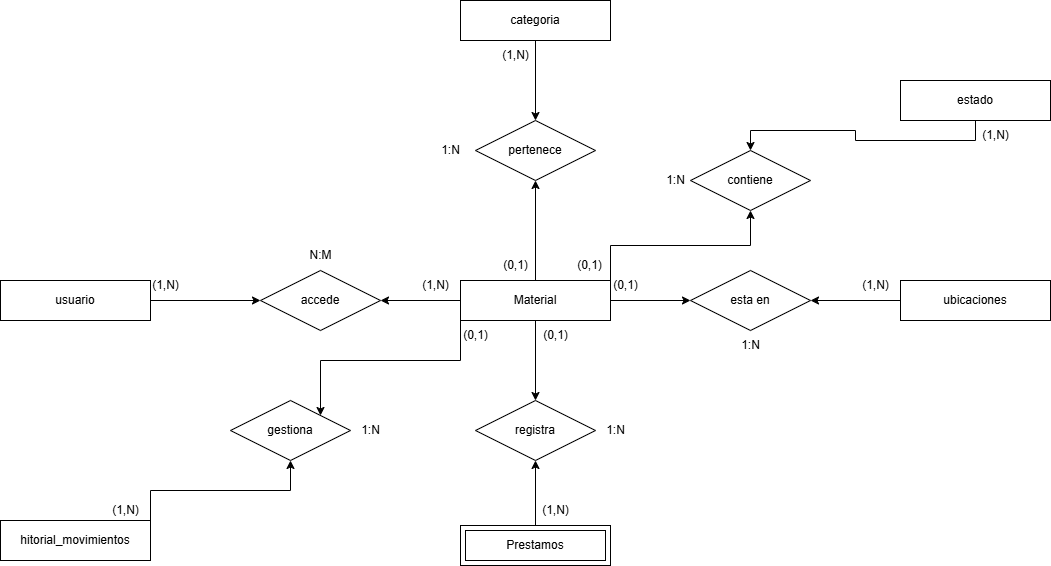
This is Documentacion/BD/Entidad_Relacion_Reto.png from davidgsDAW/RETA_2526_EQUIPO4, a draw.io export, as it was before one commit. Source tidied: cells renumbered, new cells last; positions are measured from the earlier drawing's top-left corner, leaving out a move shared by most shapes.
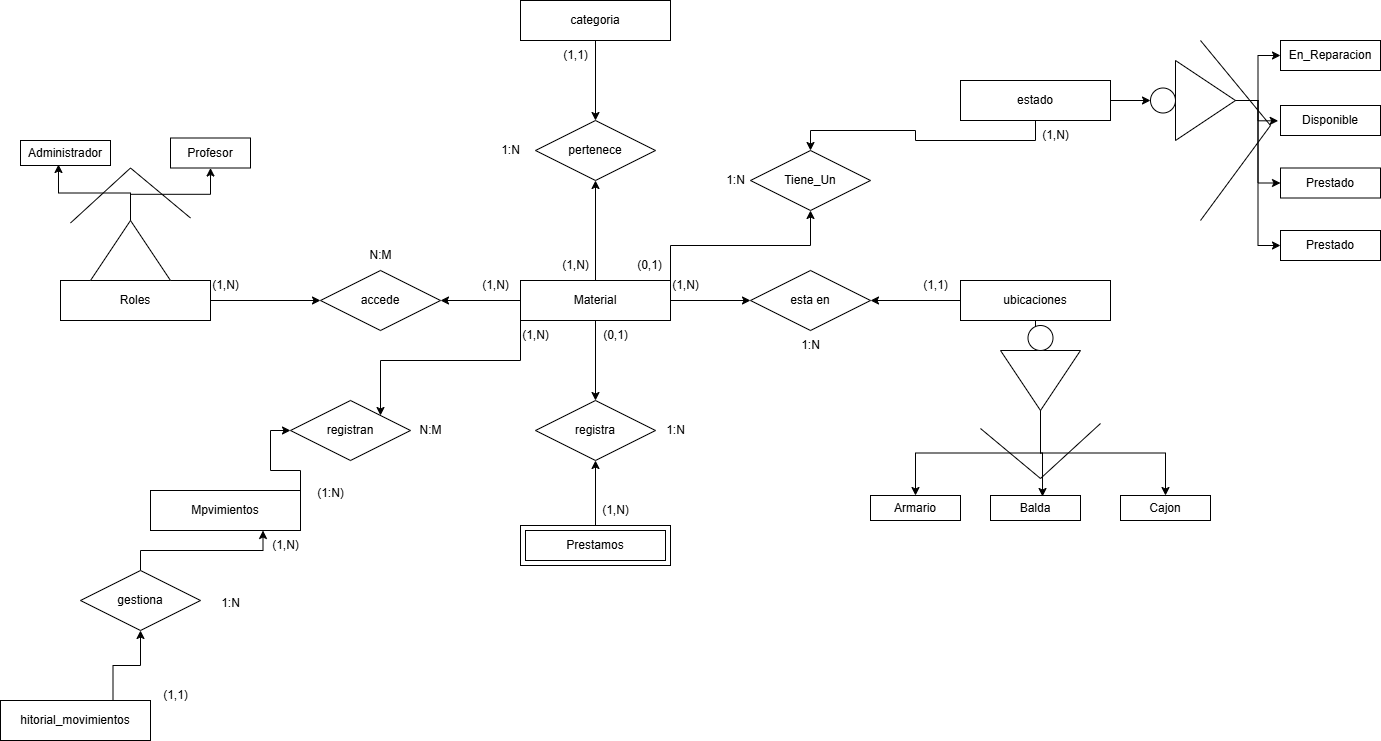
The same file after the commit.

Change to the diagram source:
```diff
@@ -32,26 +32,32 @@
     <mxCell id="11" style="edgeStyle=orthogonalEdgeStyle;rounded=0;jettySize=auto;html=1;exitX=0.5;exitY=1;exitDx=0;exitDy=0;" parent="1" edge="1" source="12" target="22">
       <mxGeometry relative="1" as="geometry" />
     </mxCell>
+    <mxCell id="45" style="edgeStyle=orthogonalEdgeStyle;rounded=0;jettySize=auto;html=1;exitX=1;exitY=0.5;exitDx=0;exitDy=0;entryX=0;entryY=0.5;entryDx=0;entryDy=0;" parent="1" edge="1" source="12" target="70">
+      <mxGeometry relative="1" as="geometry" />
+    </mxCell>
     <mxCell id="12" value="estado" style="rounded=0;whiteSpace=wrap;html=1;" parent="1" vertex="1">
       <mxGeometry x="900" y="80" width="150" height="40" as="geometry" />
     </mxCell>
     <mxCell id="13" style="edgeStyle=orthogonalEdgeStyle;rounded=0;jettySize=auto;html=1;exitX=1;exitY=0.5;exitDx=0;exitDy=0;entryX=0;entryY=0.5;entryDx=0;entryDy=0;" parent="1" edge="1" source="14" target="26">
       <mxGeometry relative="1" as="geometry" />
     </mxCell>
-    <mxCell id="14" value="usuario" style="rounded=0;whiteSpace=wrap;html=1;" parent="1" vertex="1">
+    <mxCell id="14" value="Roles" style="rounded=0;whiteSpace=wrap;html=1;" parent="1" vertex="1">
       <mxGeometry y="280" width="150" height="40" as="geometry" />
     </mxCell>
     <mxCell id="15" style="edgeStyle=orthogonalEdgeStyle;rounded=0;jettySize=auto;html=1;exitX=0;exitY=0.5;exitDx=0;exitDy=0;entryX=1;entryY=0.5;entryDx=0;entryDy=0;" parent="1" edge="1" source="16" target="23">
       <mxGeometry relative="1" as="geometry" />
     </mxCell>
+    <mxCell id="46" style="edgeStyle=orthogonalEdgeStyle;rounded=0;jettySize=auto;html=1;exitX=0.5;exitY=1;exitDx=0;exitDy=0;" parent="1" edge="1" source="16" target="58">
+      <mxGeometry relative="1" as="geometry" />
+    </mxCell>
     <mxCell id="16" value="ubicaciones" style="rounded=0;whiteSpace=wrap;html=1;" parent="1" vertex="1">
       <mxGeometry x="900" y="280" width="150" height="40" as="geometry" />
     </mxCell>
-    <mxCell id="17" style="edgeStyle=orthogonalEdgeStyle;rounded=0;jettySize=auto;html=1;exitX=1;exitY=0;exitDx=0;exitDy=0;" parent="1" edge="1" source="18" target="25">
-      <mxGeometry relative="1" as="geometry" />
-    </mxCell>
+    <mxCell id="47" style="edgeStyle=orthogonalEdgeStyle;rounded=0;jettySize=auto;html=1;exitX=0.75;exitY=0;exitDx=0;exitDy=0;entryX=0.5;entryY=1;entryDx=0;entryDy=0;" parent="1" edge="1" source="18" target="51">
+      <mxGeometry relative="1" as="geometry" />
+    </mxCell>
     <mxCell id="18" value="hitorial_movimientos" style="rounded=0;whiteSpace=wrap;html=1;" parent="1" vertex="1">
-      <mxGeometry y="520" width="150" height="40" as="geometry" />
+      <mxGeometry x="-60" y="700" width="150" height="40" as="geometry" />
     </mxCell>
     <mxCell id="19" style="edgeStyle=orthogonalEdgeStyle;rounded=0;jettySize=auto;html=1;exitX=0.5;exitY=0;exitDx=0;exitDy=0;entryX=0.5;entryY=1;entryDx=0;entryDy=0;" parent="1" edge="1" source="20" target="24">
       <mxGeometry relative="1" as="geometry" />
@@ -62,7 +68,7 @@
     <mxCell id="21" value="pertenece" style="shape=rhombus;perimeter=rhombusPerimeter;whiteSpace=wrap;html=1;align=center;" parent="1" vertex="1">
       <mxGeometry x="475" y="120" width="120" height="60" as="geometry" />
     </mxCell>
-    <mxCell id="22" value="contiene" style="shape=rhombus;perimeter=rhombusPerimeter;whiteSpace=wrap;html=1;align=center;" parent="1" vertex="1">
+    <mxCell id="22" value="Tiene_Un" style="shape=rhombus;perimeter=rhombusPerimeter;whiteSpace=wrap;html=1;align=center;" parent="1" vertex="1">
       <mxGeometry x="690" y="150" width="120" height="60" as="geometry" />
     </mxCell>
     <mxCell id="23" value="esta en" style="shape=rhombus;perimeter=rhombusPerimeter;whiteSpace=wrap;html=1;align=center;" parent="1" vertex="1">
@@ -71,16 +77,16 @@
     <mxCell id="24" value="registra" style="shape=rhombus;perimeter=rhombusPerimeter;whiteSpace=wrap;html=1;align=center;" parent="1" vertex="1">
       <mxGeometry x="475" y="400" width="120" height="60" as="geometry" />
     </mxCell>
-    <mxCell id="25" value="gestiona" style="shape=rhombus;perimeter=rhombusPerimeter;whiteSpace=wrap;html=1;align=center;" parent="1" vertex="1">
+    <mxCell id="25" value="registran" style="shape=rhombus;perimeter=rhombusPerimeter;whiteSpace=wrap;html=1;align=center;" parent="1" vertex="1">
       <mxGeometry x="230" y="400" width="120" height="60" as="geometry" />
     </mxCell>
     <mxCell id="26" value="accede" style="shape=rhombus;perimeter=rhombusPerimeter;whiteSpace=wrap;html=1;align=center;" parent="1" vertex="1">
       <mxGeometry x="260" y="270" width="120" height="60" as="geometry" />
     </mxCell>
-    <mxCell id="27" value="(1,N)" style="text;html=1;align=center;verticalAlign=middle;strokeColor=none;fillColor=none;" parent="1" vertex="1">
+    <mxCell id="27" value="(1,1)" style="text;html=1;align=center;verticalAlign=middle;strokeColor=none;fillColor=none;" parent="1" vertex="1">
       <mxGeometry x="490" y="40" width="50" height="30" as="geometry" />
     </mxCell>
-    <mxCell id="28" value="(0,1)" style="text;html=1;align=center;verticalAlign=middle;strokeColor=none;fillColor=none;" parent="1" vertex="1">
+    <mxCell id="28" value="(1,N)" style="text;html=1;align=center;verticalAlign=middle;strokeColor=none;fillColor=none;" parent="1" vertex="1">
       <mxGeometry x="490" y="250" width="50" height="30" as="geometry" />
     </mxCell>
     <mxCell id="29" value="1:N" style="text;html=1;align=center;verticalAlign=middle;strokeColor=none;fillColor=none;" parent="1" vertex="1">
@@ -95,10 +101,10 @@
     <mxCell id="32" value="1:N" style="text;html=1;align=center;verticalAlign=middle;strokeColor=none;fillColor=none;" parent="1" vertex="1">
       <mxGeometry x="655" y="165" width="40" height="30" as="geometry" />
     </mxCell>
-    <mxCell id="33" value="(0,1)" style="text;html=1;align=center;verticalAlign=middle;strokeColor=none;fillColor=none;" parent="1" vertex="1">
+    <mxCell id="33" value="(1,N)" style="text;html=1;align=center;verticalAlign=middle;strokeColor=none;fillColor=none;" parent="1" vertex="1">
       <mxGeometry x="600" y="270" width="50" height="30" as="geometry" />
     </mxCell>
-    <mxCell id="34" value="(1,N)" style="text;html=1;align=center;verticalAlign=middle;strokeColor=none;fillColor=none;" parent="1" vertex="1">
+    <mxCell id="34" value="(1,1)" style="text;html=1;align=center;verticalAlign=middle;strokeColor=none;fillColor=none;" parent="1" vertex="1">
       <mxGeometry x="850" y="270" width="50" height="30" as="geometry" />
     </mxCell>
     <mxCell id="35" value="1:N" style="text;html=1;align=center;verticalAlign=middle;strokeColor=none;fillColor=none;" parent="1" vertex="1">
@@ -114,9 +120,9 @@
       <mxGeometry x="295" y="240" width="50" height="30" as="geometry" />
     </mxCell>
     <mxCell id="39" value="(1,N)" style="text;html=1;align=center;verticalAlign=middle;strokeColor=none;fillColor=none;" parent="1" vertex="1">
-      <mxGeometry x="100" y="495" width="50" height="30" as="geometry" />
+      <mxGeometry x="200" y="530" width="50" height="30" as="geometry" />
     </mxCell>
-    <mxCell id="40" value="(0,1)" style="text;html=1;align=center;verticalAlign=middle;strokeColor=none;fillColor=none;" parent="1" vertex="1">
+    <mxCell id="40" value="(1,N)" style="text;html=1;align=center;verticalAlign=middle;strokeColor=none;fillColor=none;" parent="1" vertex="1">
       <mxGeometry x="450" y="320" width="50" height="30" as="geometry" />
     </mxCell>
     <mxCell id="41" value="(0,1)" style="text;html=1;align=center;verticalAlign=middle;strokeColor=none;fillColor=none;" parent="1" vertex="1">
@@ -128,8 +134,125 @@
     <mxCell id="43" value="1:N" style="text;html=1;align=center;verticalAlign=middle;strokeColor=none;fillColor=none;" parent="1" vertex="1">
       <mxGeometry x="595" y="415" width="40" height="30" as="geometry" />
     </mxCell>
-    <mxCell id="44" value="1:N" style="text;html=1;align=center;verticalAlign=middle;strokeColor=none;fillColor=none;" parent="1" vertex="1">
-      <mxGeometry x="350" y="415" width="40" height="30" as="geometry" />
+    <mxCell id="44" value="N:M" style="text;html=1;align=center;verticalAlign=middle;strokeColor=none;fillColor=none;" parent="1" vertex="1">
+      <mxGeometry x="345" y="415" width="50" height="30" as="geometry" />
     </mxCell>
+    <mxCell id="48" style="edgeStyle=orthogonalEdgeStyle;rounded=0;jettySize=auto;html=1;exitX=1;exitY=0;exitDx=0;exitDy=0;entryX=0;entryY=0.5;entryDx=0;entryDy=0;" parent="1" edge="1" source="49" target="25">
+      <mxGeometry relative="1" as="geometry" />
+    </mxCell>
+    <mxCell id="49" value="Mpvimientos" style="rounded=0;whiteSpace=wrap;html=1;" parent="1" vertex="1">
+      <mxGeometry x="90" y="490" width="150" height="40" as="geometry" />
+    </mxCell>
+    <mxCell id="50" style="edgeStyle=orthogonalEdgeStyle;rounded=0;jettySize=auto;html=1;exitX=0.5;exitY=0;exitDx=0;exitDy=0;entryX=0.75;entryY=1;entryDx=0;entryDy=0;" parent="1" edge="1" source="51" target="49">
+      <mxGeometry relative="1" as="geometry" />
+    </mxCell>
+    <mxCell id="51" value="gestiona" style="shape=rhombus;perimeter=rhombusPerimeter;whiteSpace=wrap;html=1;align=center;" parent="1" vertex="1">
+      <mxGeometry x="20" y="570" width="120" height="60" as="geometry" />
+    </mxCell>
+    <mxCell id="52" value="(1,1)" style="text;html=1;align=center;verticalAlign=middle;strokeColor=none;fillColor=none;" parent="1" vertex="1">
+      <mxGeometry x="90" y="680" width="50" height="30" as="geometry" />
+    </mxCell>
+    <mxCell id="53" value="1:N" style="text;html=1;align=center;verticalAlign=middle;strokeColor=none;fillColor=none;" parent="1" vertex="1">
+      <mxGeometry x="150" y="588" width="40" height="30" as="geometry" />
+    </mxCell>
+    <mxCell id="54" value="(1:N)" style="text;html=1;align=center;verticalAlign=middle;strokeColor=none;fillColor=none;" parent="1" vertex="1">
+      <mxGeometry x="245" y="478" width="50" height="30" as="geometry" />
+    </mxCell>
+    <mxCell id="55" style="edgeStyle=orthogonalEdgeStyle;rounded=0;jettySize=auto;html=1;exitX=1;exitY=0.5;exitDx=0;exitDy=0;entryX=0.5;entryY=0;entryDx=0;entryDy=0;" parent="1" edge="1" source="57" target="68">
+      <mxGeometry relative="1" as="geometry" />
+    </mxCell>
+    <mxCell id="56" style="edgeStyle=orthogonalEdgeStyle;rounded=0;jettySize=auto;html=1;exitX=1;exitY=0.5;exitDx=0;exitDy=0;entryX=0.5;entryY=0;entryDx=0;entryDy=0;" parent="1" edge="1" source="57" target="67">
+      <mxGeometry relative="1" as="geometry" />
+    </mxCell>
+    <mxCell id="57" style="triangle;whiteSpace=wrap;html=1;direction=south;" parent="1" vertex="1">
+      <mxGeometry x="940" y="350" width="80" height="60" as="geometry" />
+    </mxCell>
+    <mxCell id="58" style="ellipse;whiteSpace=wrap;html=1;" parent="1" vertex="1">
+      <mxGeometry x="967.5" y="325" width="25" height="25" as="geometry" />
+    </mxCell>
+    <mxCell id="59" style="endArrow=none;html=1;rounded=0;" parent="1" edge="1">
+      <mxGeometry relative="1" as="geometry">
+        <mxPoint x="920" y="428" as="sourcePoint" />
+        <mxPoint x="1040" y="423" as="targetPoint" />
+        <Array as="points">
+          <mxPoint x="980" y="478" />
+        </Array>
+      </mxGeometry>
+    </mxCell>
+    <mxCell id="60" style="edgeStyle=orthogonalEdgeStyle;rounded=0;jettySize=auto;html=1;exitX=1;exitY=0.5;exitDx=0;exitDy=0;entryX=0.5;entryY=1;entryDx=0;entryDy=0;" parent="1" edge="1" source="61" target="64">
+      <mxGeometry relative="1" as="geometry" />
+    </mxCell>
+    <mxCell id="61" style="triangle;whiteSpace=wrap;html=1;direction=north;" parent="1" vertex="1">
+      <mxGeometry x="30" y="220" width="80" height="60" as="geometry" />
+    </mxCell>
+    <mxCell id="62" style="endArrow=none;html=1;rounded=0;" parent="1" edge="1">
+      <mxGeometry relative="1" as="geometry">
+        <mxPoint x="10" y="222.5" as="sourcePoint" />
+        <mxPoint x="130" y="217.5" as="targetPoint" />
+        <Array as="points">
+          <mxPoint x="70" y="167.5" />
+        </Array>
+      </mxGeometry>
+    </mxCell>
+    <mxCell id="63" value="Administrador" style="rounded=0;whiteSpace=wrap;html=1;" parent="1" vertex="1">
+      <mxGeometry x="-40" y="140" width="90" height="25" as="geometry" />
+    </mxCell>
+    <mxCell id="64" value="Profesor" style="rounded=0;whiteSpace=wrap;html=1;" parent="1" vertex="1">
+      <mxGeometry x="110" y="137.5" width="80" height="30" as="geometry" />
+    </mxCell>
+    <mxCell id="65" style="edgeStyle=orthogonalEdgeStyle;rounded=0;jettySize=auto;html=1;exitX=1;exitY=0.5;exitDx=0;exitDy=0;entryX=0.422;entryY=0.96;entryDx=0;entryDy=0;entryPerimeter=0;" parent="1" edge="1" source="61" target="63">
+      <mxGeometry relative="1" as="geometry" />
+    </mxCell>
+    <mxCell id="66" value="Balda" style="rounded=0;whiteSpace=wrap;html=1;" parent="1" vertex="1">
+      <mxGeometry x="930" y="495" width="90" height="25" as="geometry" />
+    </mxCell>
+    <mxCell id="67" value="Cajon" style="rounded=0;whiteSpace=wrap;html=1;" parent="1" vertex="1">
+      <mxGeometry x="1060" y="495" width="90" height="25" as="geometry" />
+    </mxCell>
+    <mxCell id="68" value="Armario" style="rounded=0;whiteSpace=wrap;html=1;" parent="1" vertex="1">
+      <mxGeometry x="810" y="495" width="90" height="25" as="geometry" />
+    </mxCell>
+    <mxCell id="69" style="edgeStyle=orthogonalEdgeStyle;rounded=0;jettySize=auto;html=1;exitX=1;exitY=0.5;exitDx=0;exitDy=0;entryX=0.578;entryY=0.04;entryDx=0;entryDy=0;entryPerimeter=0;" parent="1" edge="1" source="57" target="66">
+      <mxGeometry relative="1" as="geometry" />
+    </mxCell>
+    <mxCell id="70" style="ellipse;whiteSpace=wrap;html=1;" parent="1" vertex="1">
+      <mxGeometry x="1090" y="87.5" width="25" height="25" as="geometry" />
+    </mxCell>
+    <mxCell id="71" style="edgeStyle=orthogonalEdgeStyle;rounded=0;jettySize=auto;html=1;exitX=1;exitY=0.5;exitDx=0;exitDy=0;entryX=0;entryY=0.5;entryDx=0;entryDy=0;" parent="1" edge="1" source="74" target="75">
+      <mxGeometry relative="1" as="geometry" />
+    </mxCell>
+    <mxCell id="72" style="edgeStyle=orthogonalEdgeStyle;rounded=0;jettySize=auto;html=1;exitX=1;exitY=0.5;exitDx=0;exitDy=0;entryX=0;entryY=0.5;entryDx=0;entryDy=0;" parent="1" edge="1" source="74" target="77">
+      <mxGeometry relative="1" as="geometry" />
+    </mxCell>
+    <mxCell id="73" style="edgeStyle=orthogonalEdgeStyle;rounded=0;jettySize=auto;html=1;exitX=1;exitY=0.5;exitDx=0;exitDy=0;entryX=0;entryY=0.5;entryDx=0;entryDy=0;" parent="1" edge="1" source="74" target="79">
+      <mxGeometry relative="1" as="geometry" />
+    </mxCell>
+    <mxCell id="74" style="triangle;whiteSpace=wrap;html=1;direction=east;" parent="1" vertex="1">
+      <mxGeometry x="1115" y="60" width="60" height="80" as="geometry" />
+    </mxCell>
+    <mxCell id="75" value="En_Reparacion" style="rounded=0;whiteSpace=wrap;html=1;" parent="1" vertex="1">
+      <mxGeometry x="1220" y="40" width="100" height="30" as="geometry" />
+    </mxCell>
+    <mxCell id="76" value="Disponible" style="rounded=0;whiteSpace=wrap;html=1;" parent="1" vertex="1">
+      <mxGeometry x="1220" y="105" width="100" height="30" as="geometry" />
+    </mxCell>
+    <mxCell id="77" value="Prestado" style="rounded=0;whiteSpace=wrap;html=1;" parent="1" vertex="1">
+      <mxGeometry x="1220" y="167.5" width="100" height="30" as="geometry" />
+    </mxCell>
+    <mxCell id="78" style="edgeStyle=orthogonalEdgeStyle;rounded=0;jettySize=auto;html=1;exitX=1;exitY=0.5;exitDx=0;exitDy=0;entryX=-0.023;entryY=0.511;entryDx=0;entryDy=0;entryPerimeter=0;" parent="1" edge="1" source="74" target="76">
+      <mxGeometry relative="1" as="geometry" />
+    </mxCell>
+    <mxCell id="79" value="Prestado" style="rounded=0;whiteSpace=wrap;html=1;" parent="1" vertex="1">
+      <mxGeometry x="1220" y="230" width="100" height="30" as="geometry" />
+    </mxCell>
+    <mxCell id="80" style="endArrow=none;html=1;rounded=0;" parent="1" edge="1">
+      <mxGeometry relative="1" as="geometry">
+        <mxPoint x="1140" y="220" as="sourcePoint" />
+        <mxPoint x="1140" y="40" as="targetPoint" />
+        <Array as="points">
+          <mxPoint x="1210" y="125" />
+        </Array>
+      </mxGeometry>
+    </mxCell>
   </root>
 </mxGraphModel>
```
